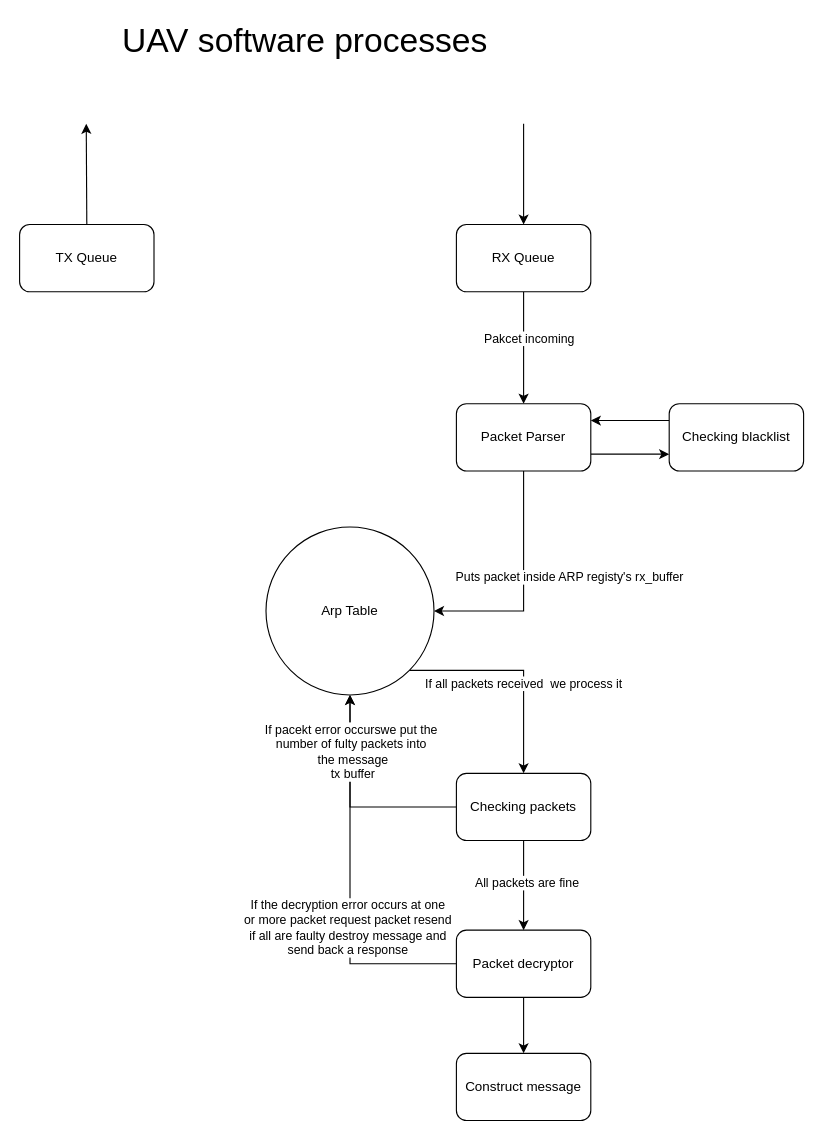
Above: Untitled Diagram.drawio in Gepsonka/TDK (draw.io), before the change. Source tidied: cells renumbered, new cells numbered last; positions are measured from the earlier drawing's top-left corner, leaving out a move shared by most shapes. Both pictures are drawn from the tidied source at 112%, with x=0, y=0 at pixel (19, 22).
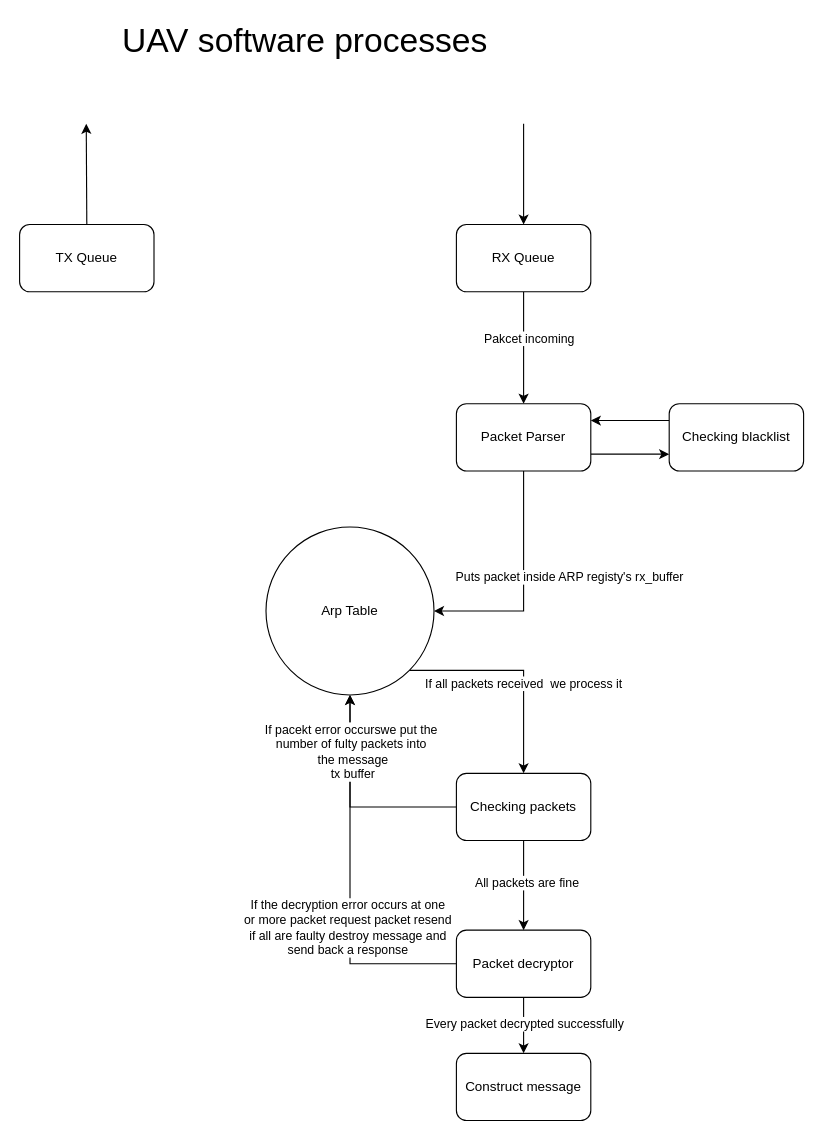
Above is the later version.

Commit message:
UAV software diagram

The change refers to these unchanged cells:
```xml
<mxCell id="20" style="edgeStyle=orthogonalEdgeStyle;rounded=0;jettySize=auto;html=1;exitX=0.5;exitY=1;exitDx=0;exitDy=0;entryX=0.5;entryY=0;entryDx=0;entryDy=0;" parent="1" edge="1" source="21" target="27">
  <mxGeometry relative="1" as="geometry" />
</mxCell>
```

The edit, as a diff of the source:
```diff
@@
+    <mxCell id="28" value="&lt;div&gt;Every packet decrypted successfully&lt;/div&gt;" style="edgeLabel;html=1;align=center;verticalAlign=middle;" parent="20" vertex="1">
+      <mxGeometry x="-0.08" relative="1" as="geometry" />
+    </mxCell>
```
